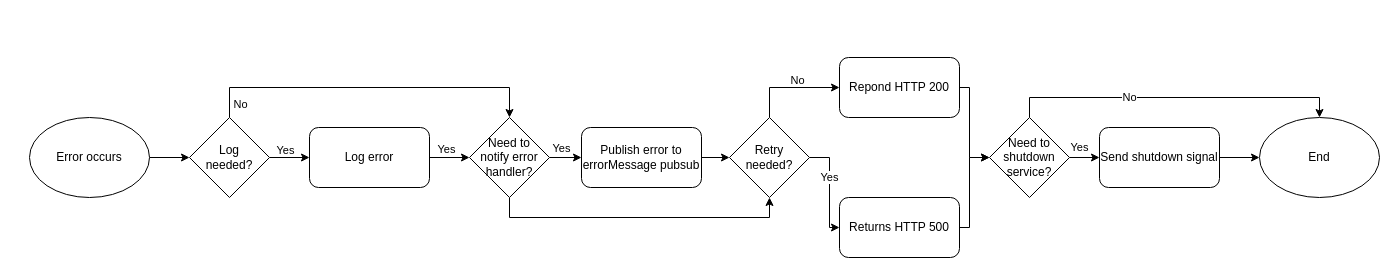
Earlier version of the draw.io diagram error-handling.drawio (lenny-osp/pubsub-workflow). Source tidied: cells renumbered, new cells numbered last; positions are measured from the earlier drawing's top-left corner, leaving out a move shared by most shapes. Both pictures are drawn from the tidied source at 100%, with x=0, y=0 at pixel (29, 57).
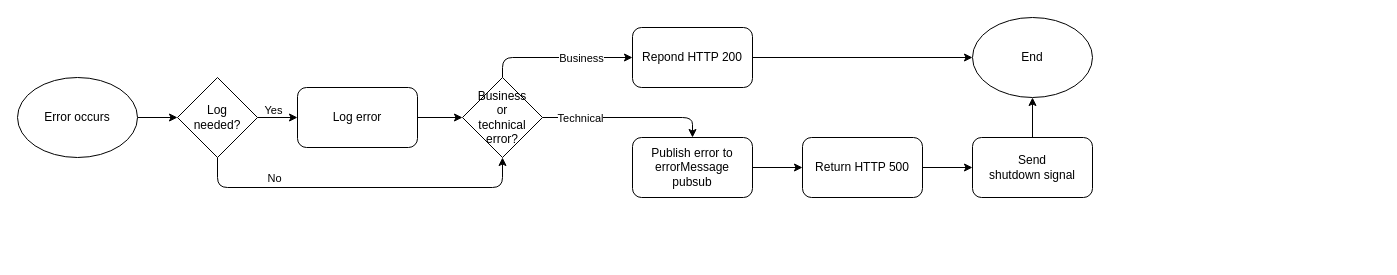
After the change.

Commit message (it also covers changes not shown here):
Update error handling flow

The edit, as a diff of the source:
```diff
@@
     <mxCell id="3" value="Error occurs" style="ellipse;whiteSpace=wrap;html=1;" parent="1" vertex="1">
-      <mxGeometry y="60" width="120" height="80" as="geometry" />
+      <mxGeometry x="-12" y="20" width="120" height="80" as="geometry" />
     </mxCell>
@@
-    <mxCell id="6" style="edgeStyle=orthogonalEdgeStyle;rounded=0;jettySize=auto;html=1;entryX=0.5;entryY=0;entryDx=0;entryDy=0;" parent="1" edge="1" source="8" target="15">
-      <mxGeometry relative="1" as="geometry">
-        <Array as="points">
-          <mxPoint x="200" y="30" />
-          <mxPoint x="480" y="30" />
-        </Array>
-      </mxGeometry>
-    </mxCell>
-    <mxCell id="7" value="No" style="edgeLabel;html=1;align=center;verticalAlign=middle;" parent="6" vertex="1">
-      <mxGeometry x="0.19" y="-4" relative="1" as="geometry">
-        <mxPoint x="-162" y="12" as="offset" />
-      </mxGeometry>
-    </mxCell>
+    <mxCell id="34" style="edgeStyle=none;html=1;entryX=0.5;entryY=1;entryDx=0;entryDy=0;" parent="1" edge="1" source="8" target="22">
+      <mxGeometry relative="1" as="geometry">
+        <Array as="points">
+          <mxPoint x="188" y="130" />
+          <mxPoint x="473" y="130" />
+        </Array>
+      </mxGeometry>
+    </mxCell>
+    <mxCell id="35" value="No" style="edgeLabel;html=1;align=center;verticalAlign=middle;" parent="34" vertex="1">
+      <mxGeometry x="-0.72" relative="1" as="geometry">
+        <mxPoint x="38" y="-10" as="offset" />
+      </mxGeometry>
+    </mxCell>
     <mxCell id="8" value="Log&lt;br&gt;needed?" style="rhombus;whiteSpace=wrap;html=1;" parent="1" vertex="1">
-      <mxGeometry x="160" y="60" width="80" height="80" as="geometry" />
+      <mxGeometry x="148" y="20" width="80" height="80" as="geometry" />
     </mxCell>
-    <mxCell id="9" style="edgeStyle=orthogonalEdgeStyle;rounded=0;jettySize=auto;html=1;entryX=0;entryY=0.5;entryDx=0;entryDy=0;" parent="1" edge="1" source="11" target="15">
-      <mxGeometry relative="1" as="geometry" />
-    </mxCell>
-    <mxCell id="10" value="Yes" style="edgeLabel;html=1;align=center;verticalAlign=middle;" parent="9" vertex="1">
-      <mxGeometry x="0.05" relative="1" as="geometry">
-        <mxPoint x="-5" y="-9" as="offset" />
-      </mxGeometry>
-    </mxCell>
+    <mxCell id="36" style="edgeStyle=none;html=1;entryX=0;entryY=0.5;entryDx=0;entryDy=0;" parent="1" edge="1" source="11" target="22">
+      <mxGeometry relative="1" as="geometry" />
+    </mxCell>
     <mxCell id="11" value="Log error" style="rounded=1;whiteSpace=wrap;html=1;" parent="1" vertex="1">
-      <mxGeometry x="280" y="70" width="120" height="60" as="geometry" />
+      <mxGeometry x="268" y="30" width="120" height="60" as="geometry" />
     </mxCell>
-    <mxCell id="12" style="edgeStyle=orthogonalEdgeStyle;rounded=0;jettySize=auto;html=1;" parent="1" edge="1" source="15" target="17">
-      <mxGeometry relative="1" as="geometry" />
-    </mxCell>
-    <mxCell id="13" value="Yes" style="edgeLabel;html=1;align=center;verticalAlign=middle;" parent="12" vertex="1">
-      <mxGeometry x="-0.54" relative="1" as="geometry">
-        <mxPoint y="-10" as="offset" />
-      </mxGeometry>
-    </mxCell>
-    <mxCell id="14" style="edgeStyle=orthogonalEdgeStyle;rounded=0;jettySize=auto;html=1;entryX=0.5;entryY=1;entryDx=0;entryDy=0;" parent="1" edge="1" source="15" target="22">
-      <mxGeometry relative="1" as="geometry">
-        <Array as="points">
-          <mxPoint x="480" y="160" />
-          <mxPoint x="740" y="160" />
-        </Array>
-      </mxGeometry>
-    </mxCell>
-    <mxCell id="15" value="Need to &lt;br&gt;notify error handler?" style="rhombus;whiteSpace=wrap;html=1;" parent="1" vertex="1">
-      <mxGeometry x="440" y="60" width="80" height="80" as="geometry" />
-    </mxCell>
-    <mxCell id="16" style="edgeStyle=orthogonalEdgeStyle;rounded=0;jettySize=auto;html=1;entryX=0;entryY=0.5;entryDx=0;entryDy=0;" parent="1" edge="1" source="17" target="22">
-      <mxGeometry relative="1" as="geometry" />
-    </mxCell>
+    <mxCell id="37" style="edgeStyle=none;html=1;exitX=1;exitY=0.5;exitDx=0;exitDy=0;entryX=0;entryY=0.5;entryDx=0;entryDy=0;" parent="1" edge="1" source="17" target="24">
+      <mxGeometry relative="1" as="geometry" />
+    </mxCell>
-    <mxCell id="17" value="Publish error to errorMessage pubsub" style="rounded=1;whiteSpace=wrap;html=1;" parent="1" vertex="1">
-      <mxGeometry x="552" y="70" width="120" height="60" as="geometry" />
+    <mxCell id="17" value="Publish error to errorMessage&lt;br&gt;pubsub" style="rounded=1;whiteSpace=wrap;html=1;" parent="1" vertex="1">
+      <mxGeometry x="603" y="80" width="120" height="60" as="geometry" />
     </mxCell>
+    <mxCell id="38" style="edgeStyle=none;html=1;entryX=0.5;entryY=0;entryDx=0;entryDy=0;" parent="1" edge="1" source="22" target="17">
+      <mxGeometry relative="1" as="geometry">
+        <Array as="points">
+          <mxPoint x="663" y="60" />
+        </Array>
+      </mxGeometry>
+    </mxCell>
+    <mxCell id="39" value="Technical" style="edgeLabel;html=1;align=center;verticalAlign=middle;" parent="38" vertex="1">
+      <mxGeometry x="-0.69" y="-1" relative="1" as="geometry">
+        <mxPoint x="11" y="-1" as="offset" />
+      </mxGeometry>
+    </mxCell>
-    <mxCell id="18" style="edgeStyle=orthogonalEdgeStyle;rounded=0;jettySize=auto;html=1;exitX=0.5;exitY=0;exitDx=0;exitDy=0;entryX=0;entryY=0.5;entryDx=0;entryDy=0;" parent="1" edge="1" source="22" target="32">
-      <mxGeometry relative="1" as="geometry" />
+    <mxCell id="18" style="edgeStyle=none;html=1;exitX=0.5;exitY=0;exitDx=0;exitDy=0;entryX=0;entryY=0.5;entryDx=0;entryDy=0;" parent="1" edge="1" source="22" target="32">
+      <mxGeometry relative="1" as="geometry">
+        <Array as="points">
+          <mxPoint x="473" />
+        </Array>
+      </mxGeometry>
     </mxCell>
-    <mxCell id="19" value="No" style="edgeLabel;html=1;align=center;verticalAlign=middle;" parent="18" vertex="1">
-      <mxGeometry x="0.14" y="-2" relative="1" as="geometry">
-        <mxPoint y="-10" as="offset" />
-      </mxGeometry>
-    </mxCell>
-    <mxCell id="20" style="edgeStyle=orthogonalEdgeStyle;rounded=0;jettySize=auto;html=1;entryX=0;entryY=0.5;entryDx=0;entryDy=0;exitX=1;exitY=0.5;exitDx=0;exitDy=0;" parent="1" edge="1" source="22" target="24">
-      <mxGeometry relative="1" as="geometry">
-        <Array as="points">
-          <mxPoint x="800" y="100" />
-          <mxPoint x="800" y="170" />
-        </Array>
-      </mxGeometry>
-    </mxCell>
-    <mxCell id="21" value="Yes" style="edgeLabel;html=1;align=center;verticalAlign=middle;" parent="20" vertex="1">
-      <mxGeometry x="-0.22" y="-1" relative="1" as="geometry" />
-    </mxCell>
+    <mxCell id="40" value="Business" style="edgeLabel;html=1;align=center;verticalAlign=middle;" parent="18" vertex="1">
+      <mxGeometry x="0.31" relative="1" as="geometry" />
+    </mxCell>
-    <mxCell id="22" value="Retry needed?" style="rhombus;whiteSpace=wrap;html=1;" parent="1" vertex="1">
-      <mxGeometry x="700" y="60" width="80" height="80" as="geometry" />
+    <mxCell id="22" value="Business &lt;br&gt;or &lt;br&gt;technical&lt;br&gt;error?" style="rhombus;whiteSpace=wrap;html=1;" parent="1" vertex="1">
+      <mxGeometry x="433" y="20" width="80" height="80" as="geometry" />
     </mxCell>
-    <mxCell id="23" style="edgeStyle=orthogonalEdgeStyle;rounded=0;jettySize=auto;html=1;entryX=0;entryY=0.5;entryDx=0;entryDy=0;" parent="1" edge="1" source="24" target="28">
-      <mxGeometry relative="1" as="geometry">
-        <Array as="points">
-          <mxPoint x="940" y="170" />
-          <mxPoint x="940" y="100" />
-        </Array>
-      </mxGeometry>
-    </mxCell>
+    <mxCell id="41" style="edgeStyle=none;html=1;entryX=0;entryY=0.5;entryDx=0;entryDy=0;" parent="1" edge="1" source="24" target="30">
+      <mxGeometry relative="1" as="geometry" />
+    </mxCell>
-    <mxCell id="24" value="Returns HTTP 500" style="rounded=1;whiteSpace=wrap;html=1;" parent="1" vertex="1">
-      <mxGeometry x="810" y="140" width="120" height="60" as="geometry" />
+    <mxCell id="24" value="Return HTTP 500" style="rounded=1;whiteSpace=wrap;html=1;" parent="1" vertex="1">
+      <mxGeometry x="773" y="80" width="120" height="60" as="geometry" />
     </mxCell>
-    <mxCell id="25" value="Yes" style="edgeStyle=orthogonalEdgeStyle;rounded=0;jettySize=auto;html=1;" parent="1" edge="1" source="28" target="30">
-      <mxGeometry x="0.2" y="10" relative="1" as="geometry" />
-    </mxCell>
-    <mxCell id="26" style="edgeStyle=orthogonalEdgeStyle;rounded=0;jettySize=auto;html=1;entryX=0.5;entryY=0;entryDx=0;entryDy=0;" parent="1" edge="1" source="28" target="33">
-      <mxGeometry relative="1" as="geometry">
-        <Array as="points">
-          <mxPoint x="1000" y="40" />
-          <mxPoint x="1290" y="40" />
-        </Array>
-      </mxGeometry>
-    </mxCell>
-    <mxCell id="27" value="No" style="edgeLabel;html=1;align=center;verticalAlign=middle;" parent="26" vertex="1">
-      <mxGeometry x="-0.28" y="1" relative="1" as="geometry" />
-    </mxCell>
-    <mxCell id="28" value="Need to shutdown service?" style="rhombus;whiteSpace=wrap;html=1;" parent="1" vertex="1">
-      <mxGeometry x="960" y="60" width="80" height="80" as="geometry" />
-    </mxCell>
-    <mxCell id="29" style="edgeStyle=orthogonalEdgeStyle;rounded=0;jettySize=auto;html=1;entryX=0;entryY=0.5;entryDx=0;entryDy=0;" parent="1" edge="1" source="30" target="33">
+    <mxCell id="29" style="edgeStyle=none;html=1;entryX=0.5;entryY=1;entryDx=0;entryDy=0;" parent="1" edge="1" source="30" target="33">
       <mxGeometry relative="1" as="geometry" />
     </mxCell>
-    <mxCell id="30" value="Send shutdown signal" style="rounded=1;whiteSpace=wrap;html=1;" parent="1" vertex="1">
-      <mxGeometry x="1070" y="70" width="120" height="60" as="geometry" />
+    <mxCell id="30" value="Send&lt;br&gt;shutdown signal" style="rounded=1;whiteSpace=wrap;html=1;" parent="1" vertex="1">
+      <mxGeometry x="943" y="80" width="120" height="60" as="geometry" />
     </mxCell>
-    <mxCell id="31" style="edgeStyle=orthogonalEdgeStyle;rounded=0;jettySize=auto;html=1;entryX=0;entryY=0.5;entryDx=0;entryDy=0;" parent="1" edge="1" source="32" target="28">
-      <mxGeometry relative="1" as="geometry">
-        <Array as="points">
-          <mxPoint x="940" y="30" />
-          <mxPoint x="940" y="100" />
-        </Array>
-      </mxGeometry>
-    </mxCell>
+    <mxCell id="42" style="edgeStyle=none;html=1;entryX=0;entryY=0.5;entryDx=0;entryDy=0;" parent="1" edge="1" source="32" target="33">
+      <mxGeometry relative="1" as="geometry" />
+    </mxCell>
     <mxCell id="32" value="Repond HTTP 200" style="rounded=1;whiteSpace=wrap;html=1;" parent="1" vertex="1">
-      <mxGeometry x="810" width="120" height="60" as="geometry" />
+      <mxGeometry x="603" y="-30" width="120" height="60" as="geometry" />
     </mxCell>
     <mxCell id="33" value="End" style="ellipse;whiteSpace=wrap;html=1;" parent="1" vertex="1">
-      <mxGeometry x="1230" y="60" width="120" height="80" as="geometry" />
+      <mxGeometry x="943" y="-40" width="120" height="80" as="geometry" />
     </mxCell>
```
